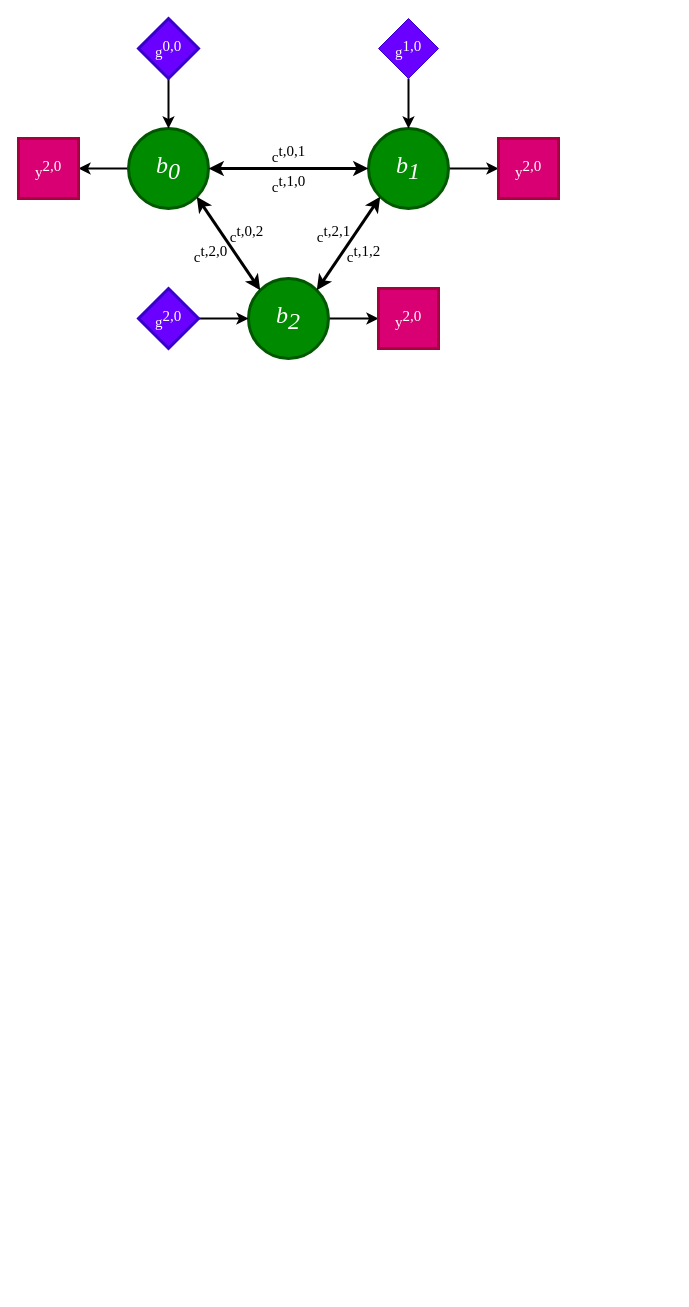
The draw.io diagram Document/figs/figures.drawio in airabino/ISO_V2G, before the edit. Source tidied: cells renumbered, new cells numbered last; positions are measured from the earlier drawing's top-left corner, leaving out a move shared by most shapes. Both pictures are drawn from the tidied source at 100%, with x=0, y=0 at pixel (18, 18).
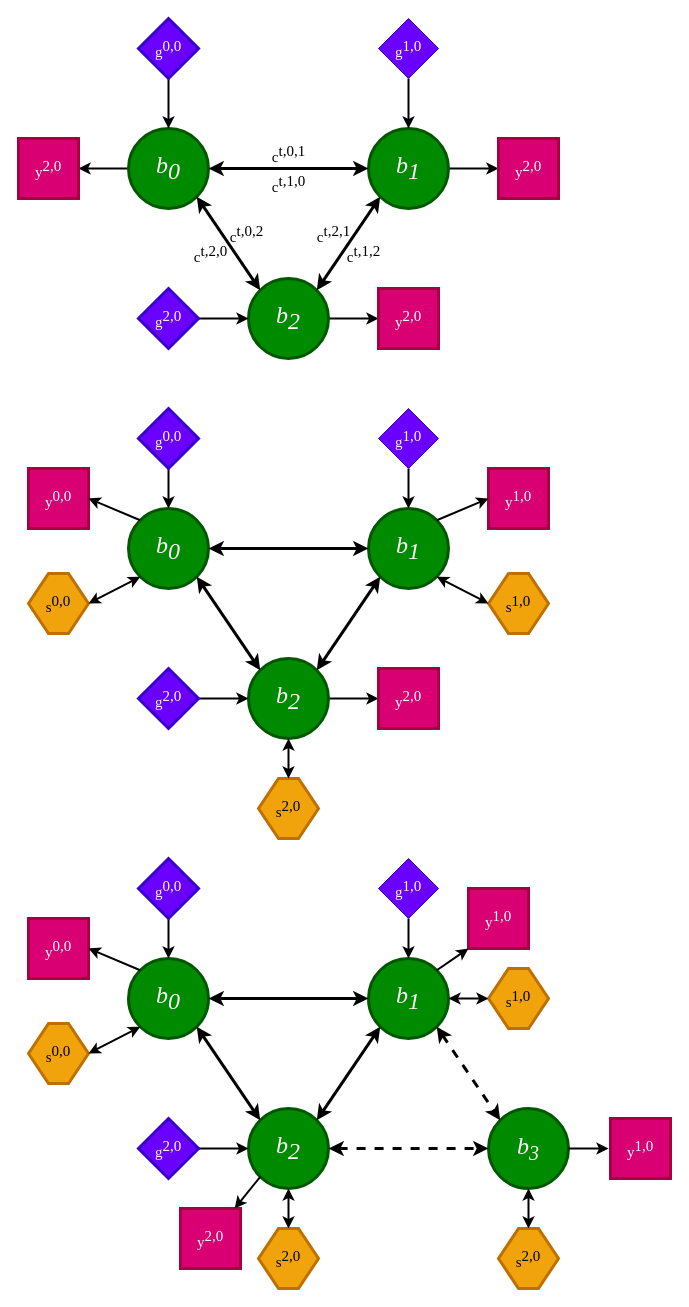
After the change.

What changed in the source:
```diff
@@
+    <mxCell id="26" value="b&lt;span style=&quot;font-size: 24px;&quot;&gt;&lt;sub style=&quot;font-size: 24px;&quot;&gt;0&lt;/sub&gt;&lt;/span&gt;" style="ellipse;whiteSpace=wrap;html=1;strokeWidth=3;fontFamily=Times New Roman;fontStyle=2;fontSize=24;fillColor=#008a00;fontColor=#ffffff;strokeColor=#005700;" parent="1" vertex="1">
+      <mxGeometry x="110" y="490" width="80" height="80" as="geometry" />
+    </mxCell>
+    <mxCell id="27" value="b&lt;sub style=&quot;font-size: 24px;&quot;&gt;1&lt;/sub&gt;" style="ellipse;whiteSpace=wrap;html=1;strokeWidth=3;fontFamily=Times New Roman;fontStyle=2;fontSize=24;fillColor=#008a00;fontColor=#ffffff;strokeColor=#005700;" parent="1" vertex="1">
+      <mxGeometry x="350" y="490" width="80" height="80" as="geometry" />
+    </mxCell>
+    <mxCell id="28" style="edgeStyle=orthogonalEdgeStyle;rounded=0;jettySize=auto;html=1;strokeWidth=2;" parent="1" edge="1" source="29" target="39">
+      <mxGeometry relative="1" as="geometry" />
+    </mxCell>
+    <mxCell id="29" value="b&lt;sub style=&quot;font-size: 24px;&quot;&gt;2&lt;/sub&gt;" style="ellipse;whiteSpace=wrap;html=1;strokeWidth=3;fontFamily=Times New Roman;fontStyle=2;fontSize=24;fillColor=#008a00;fontColor=#ffffff;strokeColor=#005700;" parent="1" vertex="1">
+      <mxGeometry x="230" y="640" width="80" height="80" as="geometry" />
+    </mxCell>
+    <mxCell id="30" style="endArrow=classic;startArrow=classic;html=1;rounded=0;exitX=1;exitY=0;exitDx=0;exitDy=0;entryX=0;entryY=1;entryDx=0;entryDy=0;strokeWidth=3;fontFamily=Times New Roman;fontStyle=2;fontSize=15;" parent="1" edge="1" source="29" target="27">
+      <mxGeometry relative="1" as="geometry" />
+    </mxCell>
+    <mxCell id="31" style="endArrow=classic;startArrow=classic;html=1;rounded=0;exitX=0;exitY=0;exitDx=0;exitDy=0;entryX=1;entryY=1;entryDx=0;entryDy=0;strokeWidth=3;fontFamily=Times New Roman;fontStyle=2;fontSize=15;" parent="1" edge="1" source="29" target="26">
+      <mxGeometry relative="1" as="geometry" />
+    </mxCell>
+    <mxCell id="32" style="endArrow=classic;startArrow=classic;html=1;rounded=0;exitX=0;exitY=0.5;exitDx=0;exitDy=0;entryX=1;entryY=0.5;entryDx=0;entryDy=0;strokeWidth=3;fontFamily=Times New Roman;fontStyle=2;fontSize=15;" parent="1" edge="1" source="27" target="26">
+      <mxGeometry relative="1" as="geometry" />
+    </mxCell>
+    <mxCell id="33" style="edgeStyle=orthogonalEdgeStyle;rounded=0;jettySize=auto;html=1;strokeWidth=2;" parent="1" edge="1" source="34" target="27">
+      <mxGeometry relative="1" as="geometry" />
+    </mxCell>
+    <mxCell id="34" value="g&lt;sup style=&quot;font-size: 15px;&quot;&gt;1,0&lt;/sup&gt;" style="rhombus;whiteSpace=wrap;html=1;fillColor=#6a00ff;fontColor=#ffffff;strokeColor=#3700CC;fontFamily=Times New Roman;fontSize=15;" parent="1" vertex="1">
+      <mxGeometry x="360" y="390" width="60" height="60" as="geometry" />
+    </mxCell>
+    <mxCell id="35" style="edgeStyle=orthogonalEdgeStyle;rounded=0;jettySize=auto;html=1;strokeWidth=2;" parent="1" edge="1" source="36" target="26">
+      <mxGeometry relative="1" as="geometry" />
+    </mxCell>
+    <mxCell id="36" value="g&lt;sup style=&quot;font-size: 15px;&quot;&gt;0,0&lt;/sup&gt;" style="rhombus;whiteSpace=wrap;html=1;fillColor=#6a00ff;fontColor=#ffffff;strokeColor=#3700CC;fontFamily=Times New Roman;strokeWidth=3;fontSize=15;" parent="1" vertex="1">
+      <mxGeometry x="120" y="390" width="60" height="60" as="geometry" />
+    </mxCell>
+    <mxCell id="37" style="edgeStyle=orthogonalEdgeStyle;rounded=0;jettySize=auto;html=1;strokeWidth=2;" parent="1" edge="1" source="38" target="29">
+      <mxGeometry relative="1" as="geometry" />
+    </mxCell>
+    <mxCell id="38" value="g&lt;sup style=&quot;font-size: 15px;&quot;&gt;2,0&lt;/sup&gt;" style="rhombus;whiteSpace=wrap;html=1;fillColor=#6a00ff;fontColor=#ffffff;strokeColor=#3700CC;fontFamily=Times New Roman;strokeWidth=3;fontSize=15;" parent="1" vertex="1">
+      <mxGeometry x="120" y="650" width="60" height="60" as="geometry" />
+    </mxCell>
+    <mxCell id="39" value="y&lt;sup style=&quot;font-size: 15px;&quot;&gt;2,0&lt;/sup&gt;" style="whiteSpace=wrap;html=1;fillColor=#d80073;fontColor=#ffffff;strokeColor=#A50040;fontFamily=Times New Roman;strokeWidth=3;fontSize=15;" parent="1" vertex="1">
+      <mxGeometry x="360" y="650" width="60" height="60" as="geometry" />
+    </mxCell>
+    <mxCell id="40" value="y&lt;sup style=&quot;font-size: 15px;&quot;&gt;1,0&lt;/sup&gt;" style="whiteSpace=wrap;html=1;fillColor=#d80073;fontColor=#ffffff;strokeColor=#A50040;fontFamily=Times New Roman;strokeWidth=3;fontSize=15;" parent="1" vertex="1">
+      <mxGeometry x="470" y="450" width="60" height="60" as="geometry" />
+    </mxCell>
+    <mxCell id="41" value="y&lt;sup style=&quot;font-size: 15px;&quot;&gt;0,0&lt;/sup&gt;" style="whiteSpace=wrap;html=1;fillColor=#d80073;fontColor=#ffffff;strokeColor=#A50040;fontFamily=Times New Roman;strokeWidth=3;fontSize=15;" parent="1" vertex="1">
+      <mxGeometry x="10" y="450" width="60" height="60" as="geometry" />
+    </mxCell>
+    <mxCell id="42" value="&lt;font face=&quot;Times New Roman&quot; style=&quot;font-size: 15px;&quot;&gt;s&lt;span style=&quot;font-size: 15px;&quot;&gt;&lt;sup style=&quot;font-size: 15px;&quot;&gt;0,0&lt;/sup&gt;&lt;/span&gt;&lt;/font&gt;" style="shape=hexagon;perimeter=hexagonPerimeter2;whiteSpace=wrap;html=1;fixedSize=1;fontSize=15;fillColor=#f0a30a;fontColor=#000000;strokeColor=#BD7000;strokeWidth=3;" parent="1" vertex="1">
+      <mxGeometry x="10" y="555" width="60" height="60" as="geometry" />
+    </mxCell>
+    <mxCell id="43" value="&lt;font face=&quot;Times New Roman&quot; style=&quot;font-size: 15px;&quot;&gt;s&lt;span style=&quot;font-size: 15px;&quot;&gt;&lt;sup style=&quot;font-size: 15px;&quot;&gt;1,0&lt;/sup&gt;&lt;/span&gt;&lt;/font&gt;" style="shape=hexagon;perimeter=hexagonPerimeter2;whiteSpace=wrap;html=1;fixedSize=1;fontSize=15;fillColor=#f0a30a;fontColor=#000000;strokeColor=#BD7000;strokeWidth=3;" parent="1" vertex="1">
+      <mxGeometry x="470" y="555" width="60" height="60" as="geometry" />
+    </mxCell>
+    <mxCell id="44" value="&lt;font face=&quot;Times New Roman&quot; style=&quot;font-size: 15px;&quot;&gt;s&lt;span style=&quot;font-size: 15px;&quot;&gt;&lt;sup style=&quot;font-size: 15px;&quot;&gt;2,0&lt;/sup&gt;&lt;/span&gt;&lt;/font&gt;" style="shape=hexagon;perimeter=hexagonPerimeter2;whiteSpace=wrap;html=1;fixedSize=1;fontSize=15;fillColor=#f0a30a;fontColor=#000000;strokeColor=#BD7000;strokeWidth=3;" parent="1" vertex="1">
+      <mxGeometry x="240" y="760" width="60" height="60" as="geometry" />
+    </mxCell>
+    <mxCell id="45" style="endArrow=classic;html=1;rounded=0;exitX=0;exitY=0;exitDx=0;exitDy=0;entryX=1;entryY=0.5;entryDx=0;entryDy=0;strokeWidth=2;" parent="1" edge="1" source="26" target="41">
+      <mxGeometry relative="1" as="geometry" />
+    </mxCell>
+    <mxCell id="46" style="endArrow=classic;startArrow=classic;html=1;rounded=0;entryX=0;entryY=1;entryDx=0;entryDy=0;exitX=1;exitY=0.5;exitDx=0;exitDy=0;strokeWidth=2;" parent="1" edge="1" source="42" target="26">
+      <mxGeometry relative="1" as="geometry" />
+    </mxCell>
+    <mxCell id="47" style="endArrow=classic;html=1;rounded=0;entryX=0;entryY=0.5;entryDx=0;entryDy=0;exitX=1;exitY=0;exitDx=0;exitDy=0;strokeWidth=2;" parent="1" edge="1" source="27" target="40">
+      <mxGeometry relative="1" as="geometry" />
+    </mxCell>
+    <mxCell id="48" style="endArrow=classic;startArrow=classic;html=1;rounded=0;entryX=0;entryY=0.5;entryDx=0;entryDy=0;exitX=1;exitY=1;exitDx=0;exitDy=0;strokeWidth=2;" parent="1" edge="1" source="27" target="43">
+      <mxGeometry relative="1" as="geometry" />
+    </mxCell>
+    <mxCell id="49" style="endArrow=classic;startArrow=classic;html=1;rounded=0;exitX=0.5;exitY=0;exitDx=0;exitDy=0;entryX=0.5;entryY=1;entryDx=0;entryDy=0;strokeWidth=2;" parent="1" edge="1" source="44" target="29">
+      <mxGeometry relative="1" as="geometry" />
+    </mxCell>
+    <mxCell id="50" value="b&lt;span style=&quot;font-size: 24px;&quot;&gt;&lt;sub style=&quot;font-size: 24px;&quot;&gt;0&lt;/sub&gt;&lt;/span&gt;" style="ellipse;whiteSpace=wrap;html=1;strokeWidth=3;fontFamily=Times New Roman;fontStyle=2;fontSize=24;fillColor=#008a00;fontColor=#ffffff;strokeColor=#005700;" parent="1" vertex="1">
+      <mxGeometry x="110" y="940" width="80" height="80" as="geometry" />
+    </mxCell>
+    <mxCell id="51" value="b&lt;sub style=&quot;font-size: 24px;&quot;&gt;1&lt;/sub&gt;" style="ellipse;whiteSpace=wrap;html=1;strokeWidth=3;fontFamily=Times New Roman;fontStyle=2;fontSize=24;fillColor=#008a00;fontColor=#ffffff;strokeColor=#005700;" parent="1" vertex="1">
+      <mxGeometry x="350" y="940" width="80" height="80" as="geometry" />
+    </mxCell>
+    <mxCell id="52" value="b&lt;sub style=&quot;font-size: 24px;&quot;&gt;2&lt;/sub&gt;" style="ellipse;whiteSpace=wrap;html=1;strokeWidth=3;fontFamily=Times New Roman;fontStyle=2;fontSize=24;fillColor=#008a00;fontColor=#ffffff;strokeColor=#005700;" parent="1" vertex="1">
+      <mxGeometry x="230" y="1090" width="80" height="80" as="geometry" />
+    </mxCell>
+    <mxCell id="53" style="endArrow=classic;startArrow=classic;html=1;rounded=0;exitX=1;exitY=0;exitDx=0;exitDy=0;entryX=0;entryY=1;entryDx=0;entryDy=0;strokeWidth=3;fontFamily=Times New Roman;fontStyle=2;fontSize=15;" parent="1" edge="1" source="52" target="51">
+      <mxGeometry relative="1" as="geometry" />
+    </mxCell>
+    <mxCell id="54" style="endArrow=classic;startArrow=classic;html=1;rounded=0;exitX=0;exitY=0;exitDx=0;exitDy=0;entryX=1;entryY=1;entryDx=0;entryDy=0;strokeWidth=3;fontFamily=Times New Roman;fontStyle=2;fontSize=15;" parent="1" edge="1" source="52" target="50">
+      <mxGeometry relative="1" as="geometry" />
+    </mxCell>
+    <mxCell id="55" style="endArrow=classic;startArrow=classic;html=1;rounded=0;exitX=0;exitY=0.5;exitDx=0;exitDy=0;entryX=1;entryY=0.5;entryDx=0;entryDy=0;strokeWidth=3;fontFamily=Times New Roman;fontStyle=2;fontSize=15;" parent="1" edge="1" source="51" target="50">
+      <mxGeometry relative="1" as="geometry" />
+    </mxCell>
+    <mxCell id="56" style="edgeStyle=orthogonalEdgeStyle;rounded=0;jettySize=auto;html=1;strokeWidth=2;" parent="1" edge="1" source="57" target="51">
+      <mxGeometry relative="1" as="geometry" />
+    </mxCell>
+    <mxCell id="57" value="g&lt;sup style=&quot;font-size: 15px;&quot;&gt;1,0&lt;/sup&gt;" style="rhombus;whiteSpace=wrap;html=1;fillColor=#6a00ff;fontColor=#ffffff;strokeColor=#3700CC;fontFamily=Times New Roman;fontSize=15;" parent="1" vertex="1">
+      <mxGeometry x="360" y="840" width="60" height="60" as="geometry" />
+    </mxCell>
+    <mxCell id="58" style="edgeStyle=orthogonalEdgeStyle;rounded=0;jettySize=auto;html=1;strokeWidth=2;" parent="1" edge="1" source="59" target="50">
+      <mxGeometry relative="1" as="geometry" />
+    </mxCell>
+    <mxCell id="59" value="g&lt;sup style=&quot;font-size: 15px;&quot;&gt;0,0&lt;/sup&gt;" style="rhombus;whiteSpace=wrap;html=1;fillColor=#6a00ff;fontColor=#ffffff;strokeColor=#3700CC;fontFamily=Times New Roman;strokeWidth=3;fontSize=15;" parent="1" vertex="1">
+      <mxGeometry x="120" y="840" width="60" height="60" as="geometry" />
+    </mxCell>
+    <mxCell id="60" style="edgeStyle=orthogonalEdgeStyle;rounded=0;jettySize=auto;html=1;strokeWidth=2;" parent="1" edge="1" source="61" target="52">
+      <mxGeometry relative="1" as="geometry" />
+    </mxCell>
+    <mxCell id="61" value="g&lt;sup style=&quot;font-size: 15px;&quot;&gt;2,0&lt;/sup&gt;" style="rhombus;whiteSpace=wrap;html=1;fillColor=#6a00ff;fontColor=#ffffff;strokeColor=#3700CC;fontFamily=Times New Roman;strokeWidth=3;fontSize=15;" parent="1" vertex="1">
+      <mxGeometry x="120" y="1100" width="60" height="60" as="geometry" />
+    </mxCell>
+    <mxCell id="62" value="y&lt;sup style=&quot;font-size: 15px;&quot;&gt;2,0&lt;/sup&gt;" style="whiteSpace=wrap;html=1;fillColor=#d80073;fontColor=#ffffff;strokeColor=#A50040;fontFamily=Times New Roman;strokeWidth=3;fontSize=15;" parent="1" vertex="1">
+      <mxGeometry x="162" y="1190" width="60" height="60" as="geometry" />
+    </mxCell>
+    <mxCell id="63" value="y&lt;sup style=&quot;font-size: 15px;&quot;&gt;1,0&lt;/sup&gt;" style="whiteSpace=wrap;html=1;fillColor=#d80073;fontColor=#ffffff;strokeColor=#A50040;fontFamily=Times New Roman;strokeWidth=3;fontSize=15;" parent="1" vertex="1">
+      <mxGeometry x="450" y="870" width="60" height="60" as="geometry" />
+    </mxCell>
+    <mxCell id="64" value="y&lt;sup style=&quot;font-size: 15px;&quot;&gt;0,0&lt;/sup&gt;" style="whiteSpace=wrap;html=1;fillColor=#d80073;fontColor=#ffffff;strokeColor=#A50040;fontFamily=Times New Roman;strokeWidth=3;fontSize=15;" parent="1" vertex="1">
+      <mxGeometry x="10" y="900" width="60" height="60" as="geometry" />
+    </mxCell>
+    <mxCell id="65" value="&lt;font face=&quot;Times New Roman&quot; style=&quot;font-size: 15px;&quot;&gt;s&lt;span style=&quot;font-size: 15px;&quot;&gt;&lt;sup style=&quot;font-size: 15px;&quot;&gt;0,0&lt;/sup&gt;&lt;/span&gt;&lt;/font&gt;" style="shape=hexagon;perimeter=hexagonPerimeter2;whiteSpace=wrap;html=1;fixedSize=1;fontSize=15;fillColor=#f0a30a;fontColor=#000000;strokeColor=#BD7000;strokeWidth=3;" parent="1" vertex="1">
+      <mxGeometry x="10" y="1005" width="60" height="60" as="geometry" />
+    </mxCell>
+    <mxCell id="66" value="&lt;font face=&quot;Times New Roman&quot; style=&quot;font-size: 15px;&quot;&gt;s&lt;span style=&quot;font-size: 15px;&quot;&gt;&lt;sup style=&quot;font-size: 15px;&quot;&gt;1,0&lt;/sup&gt;&lt;/span&gt;&lt;/font&gt;" style="shape=hexagon;perimeter=hexagonPerimeter2;whiteSpace=wrap;html=1;fixedSize=1;fontSize=15;fillColor=#f0a30a;fontColor=#000000;strokeColor=#BD7000;strokeWidth=3;" parent="1" vertex="1">
+      <mxGeometry x="470" y="950" width="60" height="60" as="geometry" />
+    </mxCell>
+    <mxCell id="67" value="&lt;font face=&quot;Times New Roman&quot; style=&quot;font-size: 15px;&quot;&gt;s&lt;span style=&quot;font-size: 15px;&quot;&gt;&lt;sup style=&quot;font-size: 15px;&quot;&gt;2,0&lt;/sup&gt;&lt;/span&gt;&lt;/font&gt;" style="shape=hexagon;perimeter=hexagonPerimeter2;whiteSpace=wrap;html=1;fixedSize=1;fontSize=15;fillColor=#f0a30a;fontColor=#000000;strokeColor=#BD7000;strokeWidth=3;" parent="1" vertex="1">
+      <mxGeometry x="240" y="1210" width="60" height="60" as="geometry" />
+    </mxCell>
+    <mxCell id="68" style="endArrow=classic;html=1;rounded=0;exitX=0;exitY=0;exitDx=0;exitDy=0;entryX=1;entryY=0.5;entryDx=0;entryDy=0;strokeWidth=2;" parent="1" edge="1" source="50" target="64">
+      <mxGeometry relative="1" as="geometry" />
+    </mxCell>
+    <mxCell id="69" style="endArrow=classic;startArrow=classic;html=1;rounded=0;entryX=0;entryY=1;entryDx=0;entryDy=0;exitX=1;exitY=0.5;exitDx=0;exitDy=0;strokeWidth=2;" parent="1" edge="1" source="65" target="50">
+      <mxGeometry relative="1" as="geometry" />
+    </mxCell>
+    <mxCell id="70" style="endArrow=classic;html=1;rounded=0;entryX=0;entryY=1;entryDx=0;entryDy=0;exitX=1;exitY=0;exitDx=0;exitDy=0;strokeWidth=2;" parent="1" edge="1" source="51" target="63">
+      <mxGeometry relative="1" as="geometry" />
+    </mxCell>
+    <mxCell id="71" style="endArrow=classic;startArrow=classic;html=1;rounded=0;entryX=0;entryY=0.5;entryDx=0;entryDy=0;exitX=1;exitY=0.5;exitDx=0;exitDy=0;strokeWidth=2;" parent="1" edge="1" source="51" target="66">
+      <mxGeometry relative="1" as="geometry" />
+    </mxCell>
+    <mxCell id="72" style="endArrow=classic;startArrow=classic;html=1;rounded=0;exitX=0.5;exitY=0;exitDx=0;exitDy=0;entryX=0.5;entryY=1;entryDx=0;entryDy=0;strokeWidth=2;" parent="1" edge="1" source="67" target="52">
+      <mxGeometry relative="1" as="geometry" />
+    </mxCell>
+    <mxCell id="73" style="endArrow=classic;html=1;rounded=0;exitX=0;exitY=1;exitDx=0;exitDy=0;strokeWidth=2;" parent="1" edge="1" source="52" target="62">
+      <mxGeometry relative="1" as="geometry" />
+    </mxCell>
+    <mxCell id="74" value="b&lt;sub&gt;3&lt;/sub&gt;" style="ellipse;whiteSpace=wrap;html=1;strokeWidth=3;fontFamily=Times New Roman;fontStyle=2;fontSize=24;fillColor=#008a00;fontColor=#ffffff;strokeColor=#005700;" parent="1" vertex="1">
+      <mxGeometry x="470" y="1090" width="80" height="80" as="geometry" />
+    </mxCell>
+    <mxCell id="75" style="endArrow=classic;startArrow=classic;html=1;rounded=0;exitX=1;exitY=0.5;exitDx=0;exitDy=0;entryX=0;entryY=0.5;entryDx=0;entryDy=0;strokeWidth=3;fontFamily=Times New Roman;fontStyle=2;fontSize=15;dashed=1;" parent="1" edge="1" source="52" target="74">
+      <mxGeometry relative="1" as="geometry" />
+    </mxCell>
+    <mxCell id="76" style="endArrow=classic;startArrow=classic;html=1;rounded=0;exitX=1;exitY=1;exitDx=0;exitDy=0;entryX=0;entryY=0;entryDx=0;entryDy=0;strokeWidth=3;fontFamily=Times New Roman;fontStyle=2;fontSize=15;dashed=1;" parent="1" edge="1" source="51" target="74">
+      <mxGeometry relative="1" as="geometry" />
+    </mxCell>
+    <mxCell id="77" value="&lt;font face=&quot;Times New Roman&quot; style=&quot;font-size: 15px;&quot;&gt;s&lt;span style=&quot;font-size: 15px;&quot;&gt;&lt;sup style=&quot;font-size: 15px;&quot;&gt;2,0&lt;/sup&gt;&lt;/span&gt;&lt;/font&gt;" style="shape=hexagon;perimeter=hexagonPerimeter2;whiteSpace=wrap;html=1;fixedSize=1;fontSize=15;fillColor=#f0a30a;fontColor=#000000;strokeColor=#BD7000;strokeWidth=3;" parent="1" vertex="1">
+      <mxGeometry x="480" y="1210" width="60" height="60" as="geometry" />
+    </mxCell>
+    <mxCell id="78" style="endArrow=classic;startArrow=classic;html=1;rounded=0;exitX=0.5;exitY=0;exitDx=0;exitDy=0;entryX=0.5;entryY=1;entryDx=0;entryDy=0;strokeWidth=2;" parent="1" edge="1" source="77">
+      <mxGeometry relative="1" as="geometry">
+        <mxPoint x="510" y="1170" as="targetPoint" />
+      </mxGeometry>
+    </mxCell>
+    <mxCell id="79" value="y&lt;sup style=&quot;font-size: 15px;&quot;&gt;1,0&lt;/sup&gt;" style="whiteSpace=wrap;html=1;fillColor=#d80073;fontColor=#ffffff;strokeColor=#A50040;fontFamily=Times New Roman;strokeWidth=3;fontSize=15;" parent="1" vertex="1">
+      <mxGeometry x="592" y="1100" width="60" height="60" as="geometry" />
+    </mxCell>
+    <mxCell id="80" style="endArrow=classic;html=1;rounded=0;exitX=1;exitY=0.5;exitDx=0;exitDy=0;strokeWidth=2;" parent="1" edge="1" source="74">
+      <mxGeometry relative="1" as="geometry">
+        <mxPoint x="590" y="1130" as="targetPoint" />
+      </mxGeometry>
+    </mxCell>
```
